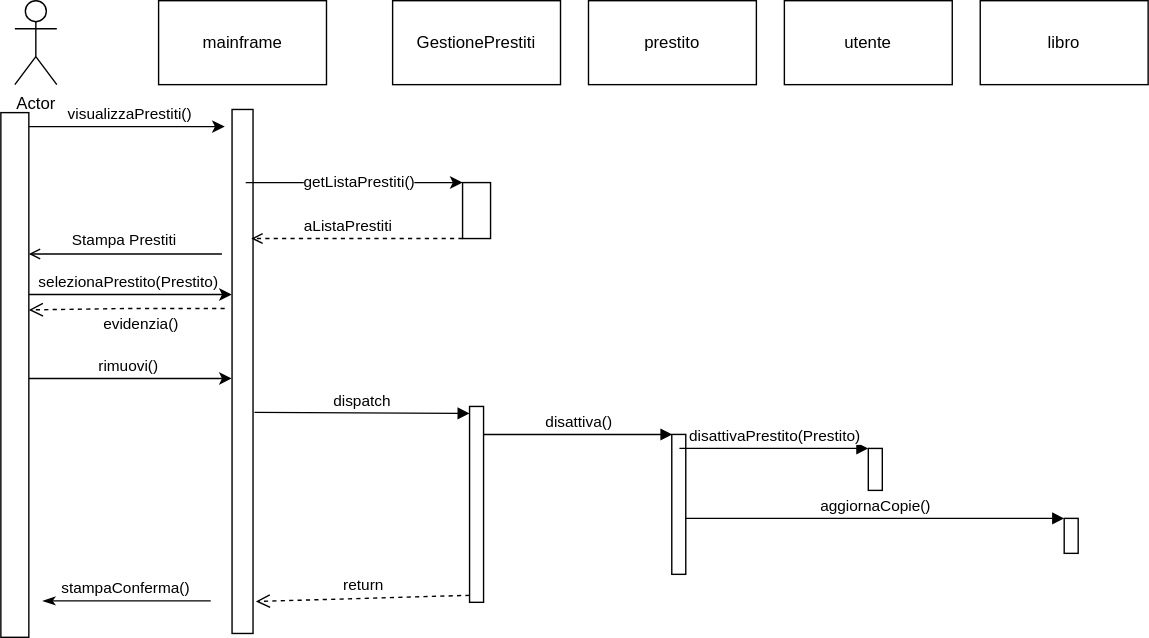
doppiaaa/Progetto-Biblioteca-Ingegneria-del-Software keeps this draw.io diagram as Design/DiagrammaSequenzaRestituzione.svg. Above is the earlier version. Source tidied: cells renumbered, new cells last; positions are measured from the earlier drawing's top-left corner, leaving out a move shared by most shapes.
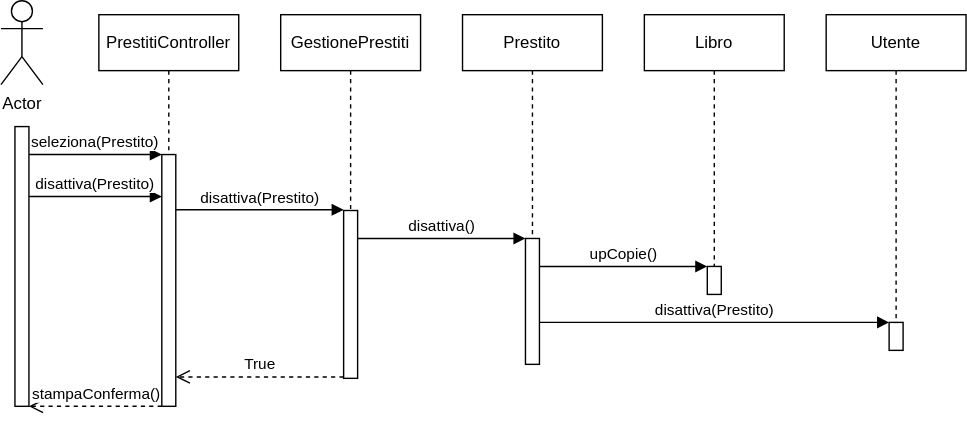
The same diagram one commit later.

The edit, as a diff of the source:
```diff
@@ -1,147 +1,87 @@
-<mxGraphModel background="light-dark(#FFFFFF,#FFFFFF)">
+<mxGraphModel>
   <root>
     <mxCell id="0" />
     <mxCell id="1" parent="0" />
-    <mxCell id="2" value="utente" style="rounded=0;whiteSpace=wrap;html=1;" parent="1" vertex="1">
-      <mxGeometry x="738" width="120" height="60" as="geometry" />
-    </mxCell>
-    <mxCell id="3" style="endArrow=classic;html=1;rounded=0;strokeColor=light-dark(#000000,#000000);fontColor=light-dark(#000000,#000000);" parent="1" edge="1">
-      <mxGeometry relative="1" as="geometry">
-        <mxPoint x="198" y="90" as="sourcePoint" />
-        <mxPoint x="338" y="90" as="targetPoint" />
-      </mxGeometry>
-    </mxCell>
-    <mxCell id="4" value="visualizzaPrestiti()" style="edgeLabel;html=1;align=center;verticalAlign=middle;" parent="3" vertex="1">
-      <mxGeometry x="0.11" relative="1" as="geometry">
-        <mxPoint x="-6" y="-10" as="offset" />
-      </mxGeometry>
-    </mxCell>
-    <mxCell id="5" value="mainframe" style="rounded=0;whiteSpace=wrap;html=1;" parent="1" vertex="1">
-      <mxGeometry x="290.7" width="120" height="60" as="geometry" />
-    </mxCell>
-    <mxCell id="6" style="rounded=0;whiteSpace=wrap;html=1;rotation=90;" parent="1" vertex="1">
-      <mxGeometry x="163.5" y="257.5" width="374.5" height="15" as="geometry" />
-    </mxCell>
-    <mxCell id="7" style="endArrow=classic;html=1;rounded=0;strokeColor=light-dark(#000000,#000000);entryX=0;entryY=1;entryDx=0;entryDy=0;" parent="1" edge="1" target="9">
-      <mxGeometry relative="1" as="geometry">
-        <mxPoint x="353" y="130" as="sourcePoint" />
-      </mxGeometry>
-    </mxCell>
-    <mxCell id="8" value="getListaPrestiti()" style="edgeLabel;html=1;align=center;verticalAlign=middle;" parent="7" vertex="1">
-      <mxGeometry x="0.03" y="1" relative="1" as="geometry" />
-    </mxCell>
-    <mxCell id="9" style="rounded=0;whiteSpace=wrap;html=1;rotation=90;" parent="1" vertex="1">
-      <mxGeometry x="498" y="140" width="40" height="20" as="geometry" />
-    </mxCell>
-    <mxCell id="10" style="endArrow=open;html=1;rounded=0;strokeColor=light-dark(#000000,#000000);dashed=1;endFill=0;exitX=1;exitY=1;exitDx=0;exitDy=0;" parent="1" edge="1" source="9">
-      <mxGeometry relative="1" as="geometry">
-        <mxPoint x="357" y="170" as="targetPoint" />
-      </mxGeometry>
-    </mxCell>
-    <mxCell id="11" value="aListaPrestiti" style="edgeLabel;html=1;align=center;verticalAlign=middle;" parent="10" vertex="1">
-      <mxGeometry x="0.04" y="1" relative="1" as="geometry">
-        <mxPoint x="-4" y="-11" as="offset" />
-      </mxGeometry>
-    </mxCell>
-    <mxCell id="12" style="endArrow=open;html=1;rounded=0;strokeColor=light-dark(#000000,#000000);endFill=0;" parent="1" edge="1">
-      <mxGeometry relative="1" as="geometry">
-        <mxPoint x="336" y="181" as="sourcePoint" />
-        <mxPoint x="198" y="181" as="targetPoint" />
-      </mxGeometry>
-    </mxCell>
-    <mxCell id="13" value="Stampa Prestiti" style="edgeLabel;html=1;align=center;verticalAlign=middle;" parent="12" vertex="1">
-      <mxGeometry x="0.03" y="1" relative="1" as="geometry">
-        <mxPoint y="-12" as="offset" />
-      </mxGeometry>
-    </mxCell>
-    <mxCell id="14" value="Actor" style="shape=umlActor;verticalLabelPosition=bottom;verticalAlign=top;html=1;strokeColor=light-dark(#000000,#000000);" parent="1" vertex="1">
-      <mxGeometry x="188" width="30" height="60" as="geometry" />
+    <mxCell id="14" value="Actor" style="shape=umlActor;verticalLabelPosition=bottom;verticalAlign=top;html=1;" parent="1" vertex="1">
+      <mxGeometry x="868" y="-260" width="30" height="60" as="geometry" />
     </mxCell>
-    <mxCell id="15" style="endArrow=classic;html=1;rounded=0;strokeColor=light-dark(#000000,#000000);" parent="1" edge="1">
-      <mxGeometry relative="1" as="geometry">
-        <mxPoint x="198" y="210" as="sourcePoint" />
-        <mxPoint x="343" y="210" as="targetPoint" />
-      </mxGeometry>
-    </mxCell>
-    <mxCell id="16" value="selezionaPrestito(Prestito)" style="edgeLabel;html=1;align=center;verticalAlign=middle;" parent="15" vertex="1">
-      <mxGeometry x="0.03" y="1" relative="1" as="geometry">
-        <mxPoint x="-4" y="-9" as="offset" />
-      </mxGeometry>
-    </mxCell>
-    <mxCell id="17" value="libro" style="rounded=0;whiteSpace=wrap;html=1;" parent="1" vertex="1">
-      <mxGeometry x="878" width="120" height="60" as="geometry" />
-    </mxCell>
+    <mxCell id="35" style="html=1;perimeter=orthogonalPerimeter;targetShapes=umlLifeline;newEdgeStyle={&quot;curved&quot;:0,&quot;rounded&quot;:0};" parent="1" vertex="1">
+      <mxGeometry x="878" y="-170" width="10" height="200" as="geometry" />
+    </mxCell>
+    <mxCell id="36" value="PrestitiController" style="shape=umlLifeline;perimeter=lifelinePerimeter;whiteSpace=wrap;html=1;newEdgeStyle={&quot;curved&quot;:0,&quot;rounded&quot;:0};" parent="1" vertex="1">
+      <mxGeometry x="938" y="-250" width="100" height="100" as="geometry" />
+    </mxCell>
+    <mxCell id="37" value="seleziona(Prestito)" style="html=1;verticalAlign=bottom;endArrow=block;curved=0;rounded=0;" parent="1" edge="1">
+      <mxGeometry relative="1" as="geometry">
+        <mxPoint x="888" y="-150" as="sourcePoint" />
+        <mxPoint x="983" y="-150" as="targetPoint" />
+      </mxGeometry>
+    </mxCell>
+    <mxCell id="38" style="html=1;perimeter=orthogonalPerimeter;targetShapes=umlLifeline;newEdgeStyle={&quot;curved&quot;:0,&quot;rounded&quot;:0};" parent="1" vertex="1">
+      <mxGeometry x="983" y="-150" width="10" height="180" as="geometry" />
+    </mxCell>
+    <mxCell id="39" value="disattiva(Prestito)" style="html=1;verticalAlign=bottom;endArrow=block;curved=0;rounded=0;" parent="1" edge="1">
+      <mxGeometry relative="1" as="geometry">
+        <mxPoint x="888" y="-120" as="sourcePoint" />
+        <mxPoint x="983" y="-120" as="targetPoint" />
+      </mxGeometry>
+    </mxCell>
-    <mxCell id="18" value="GestionePrestiti" style="rounded=0;whiteSpace=wrap;html=1;" parent="1" vertex="1">
-      <mxGeometry x="458" width="120" height="60" as="geometry" />
+    <mxCell id="18" value="GestionePrestiti" style="shape=umlLifeline;perimeter=lifelinePerimeter;whiteSpace=wrap;html=1;newEdgeStyle={&quot;curved&quot;:0,&quot;rounded&quot;:0};" parent="1" vertex="1">
+      <mxGeometry x="1068" y="-250" width="100" height="140" as="geometry" />
     </mxCell>
-    <mxCell id="19" value="prestito" style="rounded=0;whiteSpace=wrap;html=1;" parent="1" vertex="1">
-      <mxGeometry x="598" width="120" height="60" as="geometry" />
-    </mxCell>
-    <mxCell id="20" style="rounded=0;whiteSpace=wrap;html=1;rotation=90;" parent="1" vertex="1">
-      <mxGeometry x="0.5" y="257.5" width="375" height="20" as="geometry" />
-    </mxCell>
-    <mxCell id="21" style="endArrow=classicThin;html=1;rounded=0;strokeColor=light-dark(#000000,#000000);endFill=1;" parent="1" edge="1">
-      <mxGeometry relative="1" as="geometry">
-        <mxPoint x="328" y="429" as="sourcePoint" />
-        <mxPoint x="208" y="429" as="targetPoint" />
-      </mxGeometry>
-    </mxCell>
+    <mxCell id="40" value="disattiva(Prestito)" style="html=1;verticalAlign=bottom;endArrow=block;curved=0;rounded=0;" parent="1" edge="1">
+      <mxGeometry relative="1" as="geometry">
+        <mxPoint x="993" y="-110.5" as="sourcePoint" />
+        <mxPoint x="1113" y="-110.5" as="targetPoint" />
+      </mxGeometry>
+    </mxCell>
+    <mxCell id="41" style="html=1;perimeter=orthogonalPerimeter;targetShapes=umlLifeline;newEdgeStyle={&quot;curved&quot;:0,&quot;rounded&quot;:0};" parent="1" vertex="1">
+      <mxGeometry x="1113" y="-110" width="10" height="120" as="geometry" />
+    </mxCell>
+    <mxCell id="42" value="Prestito" style="shape=umlLifeline;perimeter=lifelinePerimeter;whiteSpace=wrap;html=1;newEdgeStyle={&quot;curved&quot;:0,&quot;rounded&quot;:0};" parent="1" vertex="1">
+      <mxGeometry x="1198" y="-250" width="100" height="160" as="geometry" />
+    </mxCell>
+    <mxCell id="43" style="html=1;points=[[0,0,0,0,5],[0,1,0,0,-5],[1,0,0,0,5],[1,1,0,0,-5]];perimeter=orthogonalPerimeter;outlineConnect=0;targetShapes=umlLifeline;portConstraint=eastwest;newEdgeStyle={&quot;curved&quot;:0,&quot;rounded&quot;:0};" parent="1" vertex="1">
+      <mxGeometry x="1243" y="-90" width="10" height="90" as="geometry" />
+    </mxCell>
+    <mxCell id="30" value="disattiva()" style="html=1;verticalAlign=bottom;endArrow=block;curved=0;rounded=0;" parent="1" edge="1">
+      <mxGeometry relative="1" as="geometry">
+        <mxPoint x="1123" y="-90" as="sourcePoint" />
+        <mxPoint x="1243" y="-90" as="targetPoint" />
+      </mxGeometry>
+    </mxCell>
+    <mxCell id="44" value="Libro" style="shape=umlLifeline;perimeter=lifelinePerimeter;whiteSpace=wrap;html=1;newEdgeStyle={&quot;curved&quot;:0,&quot;rounded&quot;:0};" parent="1" vertex="1">
+      <mxGeometry x="1328" y="-250" width="100" height="180" as="geometry" />
+    </mxCell>
+    <mxCell id="45" style="html=1;perimeter=orthogonalPerimeter;targetShapes=umlLifeline;newEdgeStyle={&quot;curved&quot;:0,&quot;rounded&quot;:0};" parent="1" vertex="1">
+      <mxGeometry x="1373" y="-70" width="10" height="20" as="geometry" />
+    </mxCell>
+    <mxCell id="46" value="upCopie()" style="html=1;verticalAlign=bottom;endArrow=block;curved=0;rounded=0;" parent="1" edge="1">
+      <mxGeometry relative="1" as="geometry">
+        <mxPoint x="1253" y="-70" as="sourcePoint" />
+        <mxPoint x="1373" y="-70" as="targetPoint" />
+      </mxGeometry>
+    </mxCell>
+    <mxCell id="47" value="Utente" style="shape=umlLifeline;perimeter=lifelinePerimeter;whiteSpace=wrap;html=1;newEdgeStyle={&quot;curved&quot;:0,&quot;rounded&quot;:0};" parent="1" vertex="1">
+      <mxGeometry x="1458" y="-250" width="100" height="220" as="geometry" />
+    </mxCell>
+    <mxCell id="48" style="html=1;points=[[0,0,0,0,5],[0,1,0,0,-5],[1,0,0,0,5],[1,1,0,0,-5]];perimeter=orthogonalPerimeter;outlineConnect=0;targetShapes=umlLifeline;portConstraint=eastwest;newEdgeStyle={&quot;curved&quot;:0,&quot;rounded&quot;:0};" parent="1" vertex="1">
+      <mxGeometry x="1503" y="-30" width="10" height="20" as="geometry" />
+    </mxCell>
+    <mxCell id="49" value="disattiva(Prestito)" style="html=1;verticalAlign=bottom;endArrow=block;curved=0;rounded=0;" parent="1" edge="1" source="43" target="48">
+      <mxGeometry relative="1" as="geometry" />
+    </mxCell>
+    <mxCell id="50" value="True" style="html=1;verticalAlign=bottom;endArrow=open;dashed=1;endSize=8;curved=0;rounded=0;" parent="1" edge="1">
+      <mxGeometry relative="1" as="geometry">
+        <mxPoint x="1113" y="9" as="sourcePoint" />
+        <mxPoint x="993" y="9" as="targetPoint" />
+      </mxGeometry>
+    </mxCell>
-    <mxCell id="22" value="stampaConferma()" style="edgeLabel;html=1;align=center;verticalAlign=middle;" parent="21" vertex="1">
-      <mxGeometry x="0.04" y="-2" relative="1" as="geometry">
-        <mxPoint y="-8" as="offset" />
+    <mxCell id="22" value="stampaConferma()" style="html=1;verticalAlign=bottom;endArrow=open;dashed=1;endSize=8;curved=0;rounded=0;" parent="1" edge="1">
+      <mxGeometry relative="1" as="geometry">
+        <mxPoint x="983" y="30" as="sourcePoint" />
+        <mxPoint x="888" y="30" as="targetPoint" />
       </mxGeometry>
     </mxCell>
-    <mxCell id="23" value="evidenzia()" style="html=1;verticalAlign=bottom;endArrow=open;dashed=1;endSize=8;curved=0;rounded=0;entryX=0.376;entryY=0;entryDx=0;entryDy=0;entryPerimeter=0;strokeColor=light-dark(#000000,#000000);" parent="1" edge="1" target="20">
-      <mxGeometry x="-0.14" y="20" relative="1" as="geometry">
-        <mxPoint x="338" y="220" as="sourcePoint" />
-        <Array as="points">
-          <mxPoint x="268" y="220" />
-        </Array>
-      </mxGeometry>
-    </mxCell>
-    <mxCell id="24" style="endArrow=classic;html=1;rounded=0;strokeColor=light-dark(#000000,#000000);" parent="1" edge="1">
-      <mxGeometry relative="1" as="geometry">
-        <mxPoint x="198" y="270" as="sourcePoint" />
-        <mxPoint x="343" y="270" as="targetPoint" />
-      </mxGeometry>
-    </mxCell>
-    <mxCell id="25" value="rimuovi()" style="edgeLabel;html=1;align=center;verticalAlign=middle;" parent="24" vertex="1">
-      <mxGeometry x="0.03" y="1" relative="1" as="geometry">
-        <mxPoint x="-4" y="-9" as="offset" />
-      </mxGeometry>
-    </mxCell>
-    <mxCell id="26" style="html=1;points=[[0,0,0,0,5],[0,1,0,0,-5],[1,0,0,0,5],[1,1,0,0,-5]];perimeter=orthogonalPerimeter;outlineConnect=0;targetShapes=umlLifeline;portConstraint=eastwest;newEdgeStyle={&quot;curved&quot;:0,&quot;rounded&quot;:0};" parent="1" vertex="1">
-      <mxGeometry x="513" y="290" width="10" height="140" as="geometry" />
-    </mxCell>
-    <mxCell id="27" value="dispatch" style="html=1;verticalAlign=bottom;endArrow=block;curved=0;rounded=0;entryX=0;entryY=0;entryDx=0;entryDy=5;exitX=0.578;exitY=-0.066;exitDx=0;exitDy=0;exitPerimeter=0;strokeColor=light-dark(#000000,#000000);" parent="1" edge="1" source="6" target="26">
-      <mxGeometry relative="1" as="geometry" />
-    </mxCell>
-    <mxCell id="28" value="return" style="html=1;verticalAlign=bottom;endArrow=open;dashed=1;endSize=8;curved=0;rounded=0;exitX=0;exitY=1;exitDx=0;exitDy=-5;entryX=0.939;entryY=-0.133;entryDx=0;entryDy=0;entryPerimeter=0;strokeColor=light-dark(#000000,#000000);" parent="1" edge="1" source="26" target="6">
-      <mxGeometry relative="1" as="geometry" />
-    </mxCell>
-    <mxCell id="29" style="html=1;points=[[0,0,0,0,5],[0,1,0,0,-5],[1,0,0,0,5],[1,1,0,0,-5]];perimeter=orthogonalPerimeter;outlineConnect=0;targetShapes=umlLifeline;portConstraint=eastwest;newEdgeStyle={&quot;curved&quot;:0,&quot;rounded&quot;:0};" parent="1" vertex="1">
-      <mxGeometry x="657.5" y="310" width="10" height="100" as="geometry" />
-    </mxCell>
-    <mxCell id="30" value="disattiva()" style="html=1;verticalAlign=bottom;endArrow=block;curved=0;rounded=0;exitX=0.338;exitY=0.2;exitDx=0;exitDy=0;exitPerimeter=0;strokeColor=light-dark(#000000,#000000);" parent="1" edge="1">
-      <mxGeometry relative="1" as="geometry">
-        <mxPoint x="523" y="310" as="sourcePoint" />
-        <mxPoint x="658" y="310" as="targetPoint" />
-      </mxGeometry>
-    </mxCell>
-    <mxCell id="31" style="html=1;perimeter=orthogonalPerimeter;targetShapes=umlLifeline;newEdgeStyle={&quot;curved&quot;:0,&quot;rounded&quot;:0};" parent="1" vertex="1">
-      <mxGeometry x="798" y="320" width="10" height="30" as="geometry" />
-    </mxCell>
-    <mxCell id="32" style="html=1;points=[[0,0,0,0,5],[0,1,0,0,-5],[1,0,0,0,5],[1,1,0,0,-5]];perimeter=orthogonalPerimeter;outlineConnect=0;targetShapes=umlLifeline;portConstraint=eastwest;newEdgeStyle={&quot;curved&quot;:0,&quot;rounded&quot;:0};" parent="1" vertex="1">
-      <mxGeometry x="938" y="370" width="10" height="25" as="geometry" />
-    </mxCell>
-    <mxCell id="33" value="disattivaPrestito(Prestito)" style="html=1;verticalAlign=bottom;endArrow=block;curved=0;rounded=0;exitX=0.338;exitY=0.2;exitDx=0;exitDy=0;exitPerimeter=0;strokeColor=light-dark(#000000,#000000);" parent="1" edge="1">
-      <mxGeometry relative="1" as="geometry">
-        <mxPoint x="663" y="320" as="sourcePoint" />
-        <mxPoint x="798" y="320" as="targetPoint" />
-      </mxGeometry>
-    </mxCell>
-    <mxCell id="34" value="aggiornaCopie()" style="html=1;verticalAlign=bottom;endArrow=block;curved=0;rounded=0;strokeColor=light-dark(#000000,#000000);" parent="1" edge="1" source="29" target="32">
-      <mxGeometry relative="1" as="geometry" />
-    </mxCell>
   </root>
 </mxGraphModel>
```
